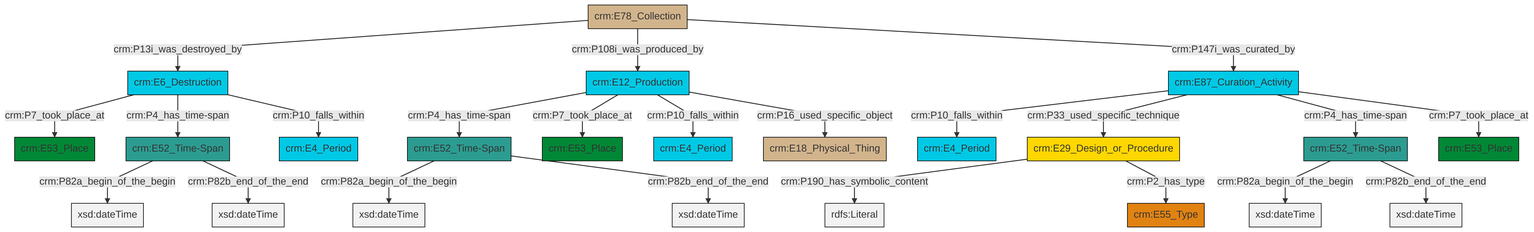
Above: et/archivalCSV/ttl/mmd/png/archival_existence.png in swiss-art-research-net/docs.swissartresearch (Mermaid), before the change. Its source is kept beside it as et/archivalCSV/ttl/mmd/archival_existence.ttl.mmd.
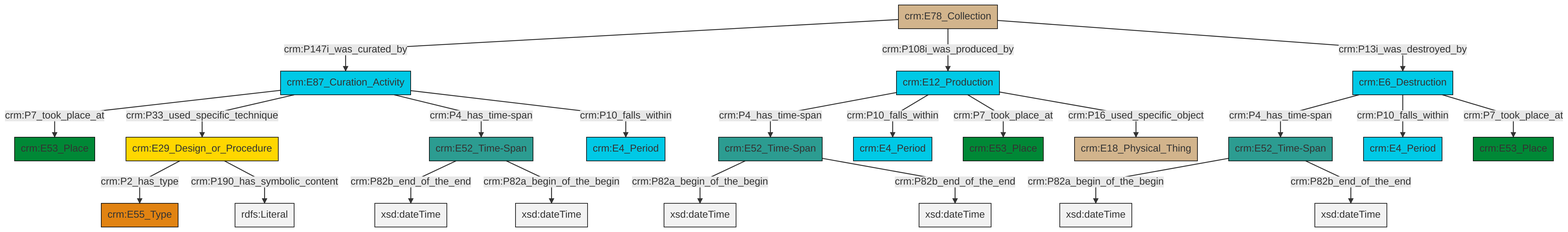
Later version of the same file.

Diff of the diagram source:
```diff
@@ -13,25 +13,25 @@
 classDef PC_Classes fill:#4ce600, stroke:#000000;
 classDef Multi fill:#cccccc,stroke:#000000;
 
-2["crm:E52_Time-Span"]:::Time-Span -->|crm:P82a_begin_of_the_begin| 3[xsd:dateTime]:::Literal
-8["crm:E52_Time-Span"]:::Time-Span -->|crm:P82a_begin_of_the_begin| 9[xsd:dateTime]:::Literal
-10["crm:E12_Production"]:::Temporal_Entity -->|crm:P4_has_time-span| 0["crm:E52_Time-Span"]:::Time-Span
-13["crm:E6_Destruction"]:::Temporal_Entity -->|crm:P7_took_place_at| 14["crm:E53_Place"]:::Place
-15["crm:E87_Curation_Activity"]:::Temporal_Entity -->|crm:P10_falls_within| 16["crm:E4_Period"]:::Temporal_Entity
-18["crm:E78_Collection"]:::Physical_Thing -->|crm:P13i_was_destroyed_by| 13["crm:E6_Destruction"]:::Temporal_Entity
-0["crm:E52_Time-Span"]:::Time-Span -->|crm:P82a_begin_of_the_begin| 19[xsd:dateTime]:::Literal
-15["crm:E87_Curation_Activity"]:::Temporal_Entity -->|crm:P33_used_specific_technique| 21["crm:E29_Design_or_Procedure"]:::Conceptual_Object
-10["crm:E12_Production"]:::Temporal_Entity -->|crm:P7_took_place_at| 22["crm:E53_Place"]:::Place
-13["crm:E6_Destruction"]:::Temporal_Entity -->|crm:P4_has_time-span| 8["crm:E52_Time-Span"]:::Time-Span
-13["crm:E6_Destruction"]:::Temporal_Entity -->|crm:P10_falls_within| 11["crm:E4_Period"]:::Temporal_Entity
-8["crm:E52_Time-Span"]:::Time-Span -->|crm:P82b_end_of_the_end| 27[xsd:dateTime]:::Literal
-18["crm:E78_Collection"]:::Physical_Thing -->|crm:P108i_was_produced_by| 10["crm:E12_Production"]:::Temporal_Entity
-15["crm:E87_Curation_Activity"]:::Temporal_Entity -->|crm:P4_has_time-span| 2["crm:E52_Time-Span"]:::Time-Span
-21["crm:E29_Design_or_Procedure"]:::Conceptual_Object -->|crm:P190_has_symbolic_content| 30[rdfs:Literal]:::Literal
-2["crm:E52_Time-Span"]:::Time-Span -->|crm:P82b_end_of_the_end| 33[xsd:dateTime]:::Literal
-10["crm:E12_Production"]:::Temporal_Entity -->|crm:P10_falls_within| 34["crm:E4_Period"]:::Temporal_Entity
-18["crm:E78_Collection"]:::Physical_Thing -->|crm:P147i_was_curated_by| 15["crm:E87_Curation_Activity"]:::Temporal_Entity
-15["crm:E87_Curation_Activity"]:::Temporal_Entity -->|crm:P7_took_place_at| 25["crm:E53_Place"]:::Place
-0["crm:E52_Time-Span"]:::Time-Span -->|crm:P82b_end_of_the_end| 35[xsd:dateTime]:::Literal
-21["crm:E29_Design_or_Procedure"]:::Conceptual_Object -->|crm:P2_has_type| 6["crm:E55_Type"]:::Type
-10["crm:E12_Production"]:::Temporal_Entity -->|crm:P16_used_specific_object| 4["crm:E18_Physical_Thing"]:::Physical_Thing
+0["crm:E87_Curation_Activity"]:::Temporal_Entity -->|crm:P7_took_place_at| 1["crm:E53_Place"]:::Place
+2["crm:E52_Time-Span"]:::Time-Span -->|crm:P82b_end_of_the_end| 3[xsd:dateTime]:::Literal
+6["crm:E6_Destruction"]:::Temporal_Entity -->|crm:P4_has_time-span| 7["crm:E52_Time-Span"]:::Time-Span
+8["crm:E78_Collection"]:::Physical_Thing -->|crm:P147i_was_curated_by| 0["crm:E87_Curation_Activity"]:::Temporal_Entity
+8["crm:E78_Collection"]:::Physical_Thing -->|crm:P108i_was_produced_by| 13["crm:E12_Production"]:::Temporal_Entity
+7["crm:E52_Time-Span"]:::Time-Span -->|crm:P82a_begin_of_the_begin| 14[xsd:dateTime]:::Literal
+7["crm:E52_Time-Span"]:::Time-Span -->|crm:P82b_end_of_the_end| 15[xsd:dateTime]:::Literal
+6["crm:E6_Destruction"]:::Temporal_Entity -->|crm:P10_falls_within| 9["crm:E4_Period"]:::Temporal_Entity
+13["crm:E12_Production"]:::Temporal_Entity -->|crm:P4_has_time-span| 20["crm:E52_Time-Span"]:::Time-Span
+13["crm:E12_Production"]:::Temporal_Entity -->|crm:P10_falls_within| 21["crm:E4_Period"]:::Temporal_Entity
+0["crm:E87_Curation_Activity"]:::Temporal_Entity -->|crm:P33_used_specific_technique| 22["crm:E29_Design_or_Procedure"]:::Conceptual_Object
+6["crm:E6_Destruction"]:::Temporal_Entity -->|crm:P7_took_place_at| 4["crm:E53_Place"]:::Place
+22["crm:E29_Design_or_Procedure"]:::Conceptual_Object -->|crm:P2_has_type| 16["crm:E55_Type"]:::Type
+0["crm:E87_Curation_Activity"]:::Temporal_Entity -->|crm:P4_has_time-span| 2["crm:E52_Time-Span"]:::Time-Span
+13["crm:E12_Production"]:::Temporal_Entity -->|crm:P7_took_place_at| 18["crm:E53_Place"]:::Place
+13["crm:E12_Production"]:::Temporal_Entity -->|crm:P16_used_specific_object| 29["crm:E18_Physical_Thing"]:::Physical_Thing
+2["crm:E52_Time-Span"]:::Time-Span -->|crm:P82a_begin_of_the_begin| 35[xsd:dateTime]:::Literal
+22["crm:E29_Design_or_Procedure"]:::Conceptual_Object -->|crm:P190_has_symbolic_content| 36[rdfs:Literal]:::Literal
+20["crm:E52_Time-Span"]:::Time-Span -->|crm:P82a_begin_of_the_begin| 37[xsd:dateTime]:::Literal
+8["crm:E78_Collection"]:::Physical_Thing -->|crm:P13i_was_destroyed_by| 6["crm:E6_Destruction"]:::Temporal_Entity
+0["crm:E87_Curation_Activity"]:::Temporal_Entity -->|crm:P10_falls_within| 26["crm:E4_Period"]:::Temporal_Entity
+20["crm:E52_Time-Span"]:::Time-Span -->|crm:P82b_end_of_the_end| 38[xsd:dateTime]:::Literal
```
